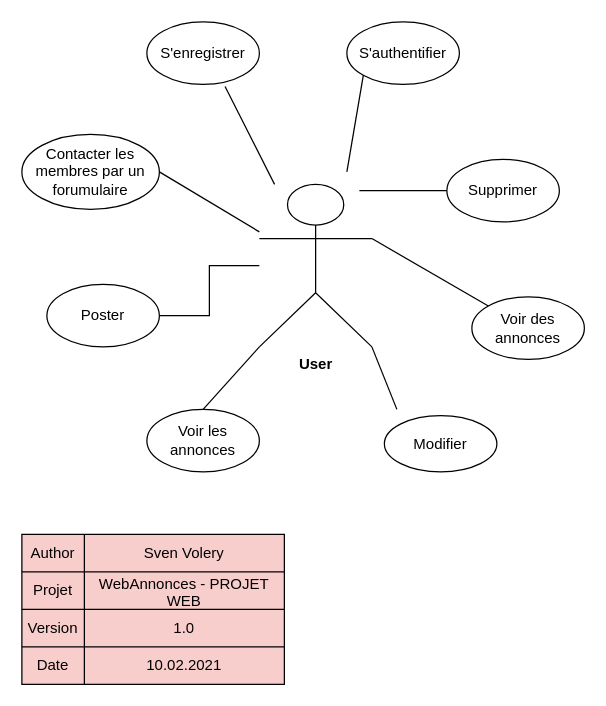
Before: Conception/Use-cases/Use case.drawio in YFanha/PROJ-Annonces, a draw.io diagram. Source tidied: cells renumbered, new cells numbered last; positions are measured from the earlier drawing's top-left corner, leaving out a move shared by most shapes. Both pictures are drawn from the tidied source at 125%, with x=0, y=0 at pixel (21, 21).
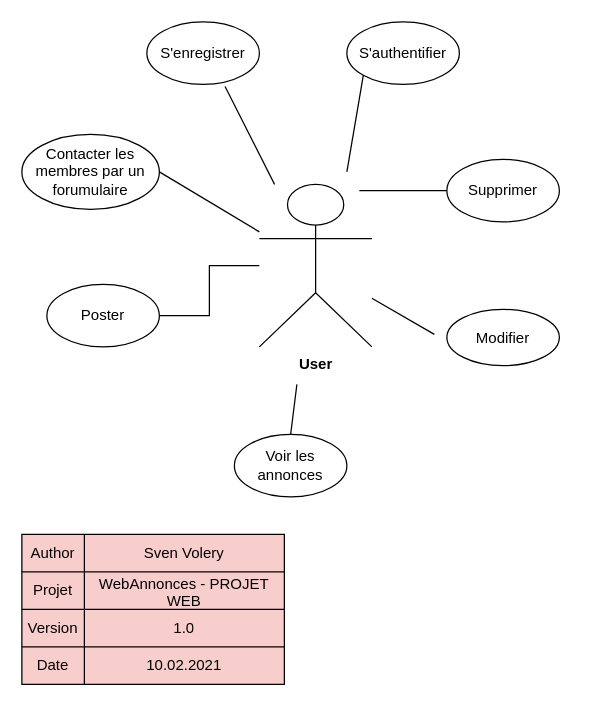
The same diagram, later.

Commit message (it also covers changes not shown here):
Correction use-cases

Unchanged cells that the change refers to:
```xml
<mxCell id="2" value="&lt;b&gt;User&lt;/b&gt;" style="shape=umlActor;verticalLabelPosition=bottom;verticalAlign=top;html=1;outlineConnect=0;" parent="1" vertex="1">
  <mxGeometry x="190" y="130" width="90" height="130" as="geometry" />
</mxCell>
```

Change to the diagram source:
```diff
@@
     <mxCell id="8" value="Modifier" style="ellipse;whiteSpace=wrap;html=1;" parent="1" vertex="1">
-      <mxGeometry x="290" y="315" width="90" height="45" as="geometry" />
+      <mxGeometry x="340" y="230" width="90" height="45" as="geometry" />
     </mxCell>
-    <mxCell id="9" value="Voir des annonces" style="ellipse;whiteSpace=wrap;html=1;" parent="1" vertex="1">
-      <mxGeometry x="360" y="220" width="90" height="50" as="geometry" />
-    </mxCell>
     <mxCell id="10" value="Voir les annonces" style="ellipse;whiteSpace=wrap;html=1;" parent="1" vertex="1">
-      <mxGeometry x="100" y="310" width="90" height="50" as="geometry" />
+      <mxGeometry x="170" y="330" width="90" height="50" as="geometry" />
     </mxCell>
@@
     <mxCell id="12" style="endArrow=none;html=1;exitX=0.5;exitY=0;exitDx=0;exitDy=0;" parent="1" edge="1" source="10">
       <mxGeometry relative="1" as="geometry">
-        <mxPoint x="190" y="260" as="targetPoint" />
+        <mxPoint x="220" y="290" as="targetPoint" />
       </mxGeometry>
     </mxCell>
@@
-    <mxCell id="17" style="endArrow=none;html=1;entryX=0;entryY=0;entryDx=0;entryDy=0;exitX=1;exitY=0.3333333333333333;exitDx=0;exitDy=0;exitPerimeter=0;" parent="1" edge="1" source="2" target="9">
-      <mxGeometry relative="1" as="geometry" />
-    </mxCell>
-    <mxCell id="18" style="endArrow=none;html=1;exitX=1;exitY=1;exitDx=0;exitDy=0;exitPerimeter=0;" parent="1" edge="1" source="2">
+    <mxCell id="18" style="endArrow=none;html=1;" parent="1" edge="1" source="2">
       <mxGeometry relative="1" as="geometry">
-        <mxPoint x="300" y="310" as="targetPoint" />
+        <mxPoint x="330" y="250" as="targetPoint" />
       </mxGeometry>
     </mxCell>
```
